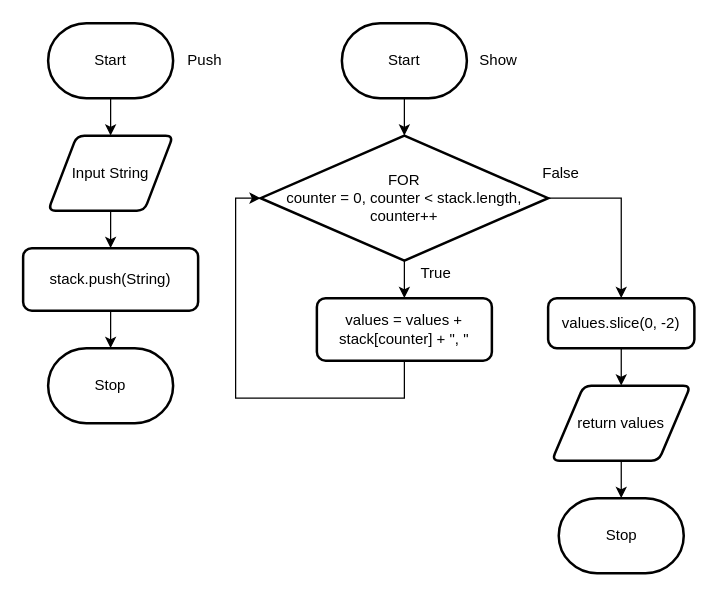
This is Unit2-01/Design/flowchart.drawio from Samuel-Webster-178/ICS4U-Unit2-Samuel-Webster, a draw.io file, before an edit. Source tidied: cells renumbered, new cells numbered last; positions are measured from the earlier drawing's top-left corner, leaving out a move shared by most shapes. Both pictures are drawn from the tidied source at 125%, with x=0, y=0 at pixel (22, 22).
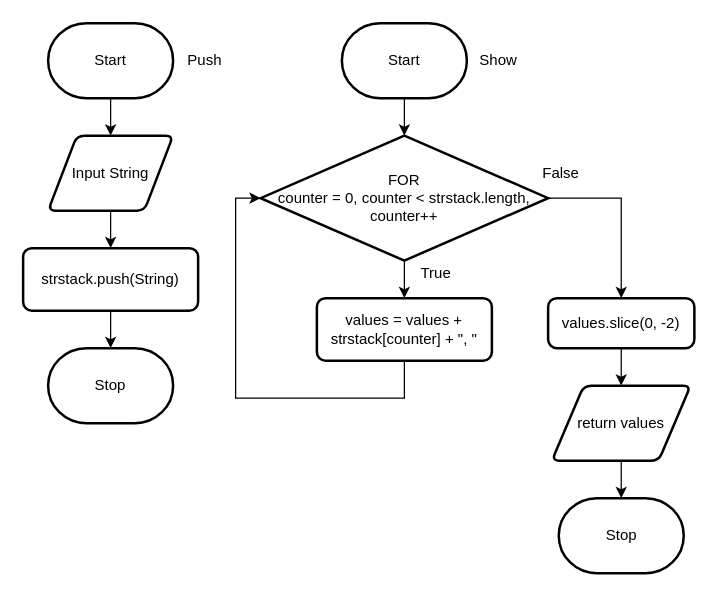
The same diagram, later.

What changed in the source:
```diff
@@
-    <mxCell id="11" value="stack.push(String)" style="rounded=1;whiteSpace=wrap;html=1;absoluteArcSize=1;arcSize=14;strokeWidth=2;" parent="1" vertex="1">
+    <mxCell id="11" value="strstack.push(String)" style="rounded=1;whiteSpace=wrap;html=1;absoluteArcSize=1;arcSize=14;strokeWidth=2;" parent="1" vertex="1">
       <mxGeometry y="180" width="140" height="50" as="geometry" />
     </mxCell>
@@
-    <mxCell id="14" value="values = values + stack[counter] + &quot;, &quot;" style="rounded=1;whiteSpace=wrap;html=1;absoluteArcSize=1;arcSize=14;strokeWidth=2;" parent="1" vertex="1">
+    <mxCell id="14" value="values = values + strstack[counter] + &quot;, &quot;" style="rounded=1;whiteSpace=wrap;html=1;absoluteArcSize=1;arcSize=14;strokeWidth=2;" parent="1" vertex="1">
       <mxGeometry x="235" y="220" width="140" height="50" as="geometry" />
     </mxCell>
@@
-    <mxCell id="17" value="FOR&lt;br&gt;counter = 0, counter &amp;lt; stack.length, counter++" style="strokeWidth=2;html=1;shape=mxgraph.flowchart.decision;whiteSpace=wrap;" parent="1" vertex="1">
+    <mxCell id="17" value="FOR&lt;br&gt;counter = 0, counter &amp;lt; strstack.length, counter++" style="strokeWidth=2;html=1;shape=mxgraph.flowchart.decision;whiteSpace=wrap;" parent="1" vertex="1">
       <mxGeometry x="190" y="90" width="230" height="100" as="geometry" />
     </mxCell>
```
